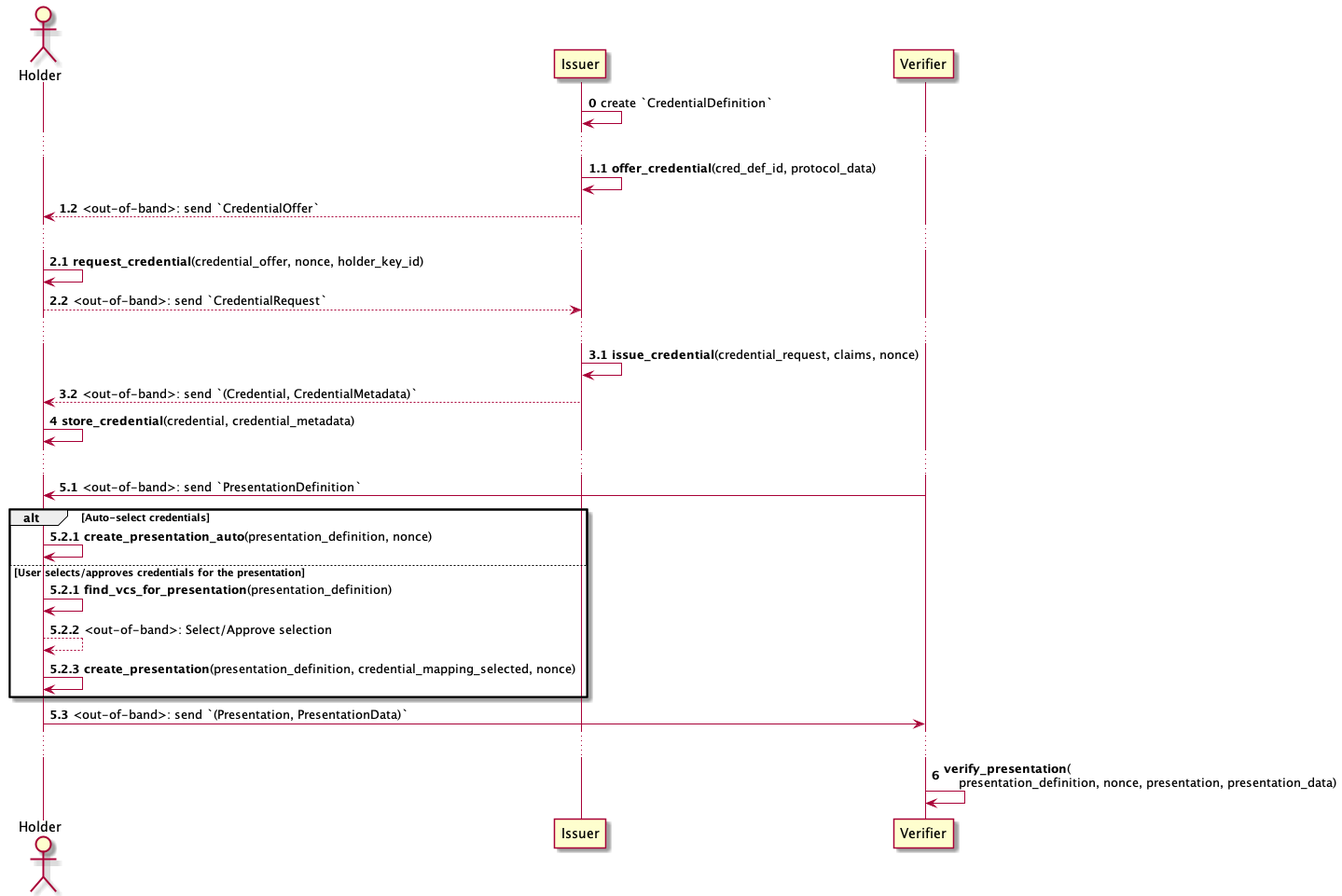
Before: docs/facade-low-level.png, a diagram exported from PlantUML (equs-ai/equs-credentials-sdk).
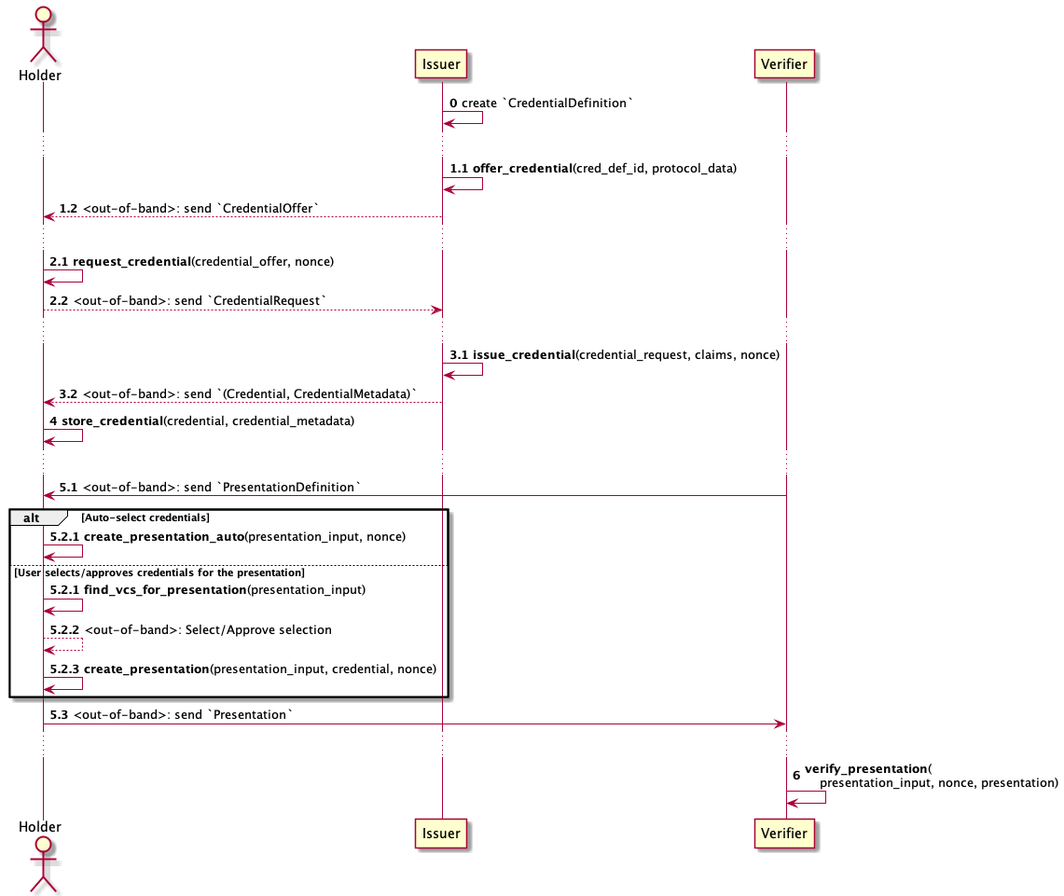
The same diagram one commit later.

Commit message:
ASDK-38: Update API diagrams

Change to the diagram source:
```diff
@@ -18,7 +18,7 @@
 ...
 
 autonumber 2.1
-H -> H: <b>request_credential</b>(credential_offer, nonce, holder_key_id)
+H -> H: <b>request_credential</b>(credential_offer, nonce)
 H --> I: <out-of-band>: send `CredentialRequest`
 
 ...
@@ -36,19 +36,19 @@
 
 alt Auto-select credentials
 autonumber 5.2.1
-H -> H: <b>create_presentation_auto</b>(presentation_definition, nonce)
+H -> H: <b>create_presentation_auto</b>(presentation_input, nonce)
 
 else User selects/approves credentials for the presentation
 autonumber 5.2.1
-H -> H: <b>find_vcs_for_presentation</b>(presentation_definition)
+H -> H: <b>find_vcs_for_presentation</b>(presentation_input)
 H --> H: <out-of-band>: Select/Approve selection
-H -> H: <b>create_presentation</b>(presentation_definition, credential_mapping_selected, nonce)
+H -> H: <b>create_presentation</b>(presentation_input, credential, nonce)
 end
 autonumber 5.3
-H -> V: <out-of-band>: send `(Presentation, PresentationData)`
+H -> V: <out-of-band>: send `Presentation`
 ...
 
 autonumber 6
-V -> V: <b>verify_presentation</b>(\n    presentation_definition, nonce, presentation, presentation_data)
+V -> V: <b>verify_presentation</b>(\n    presentation_input, nonce, presentation)
 
 @enduml
```
